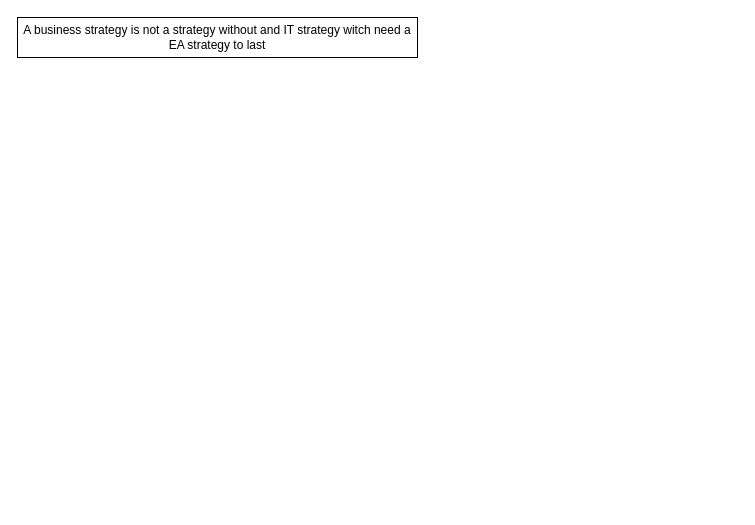
Zaladk/drawio keeps this draw.io diagram as EA training.drawio. Above is the earlier version. Source tidied: cells renumbered, new cells numbered last; positions are measured from the earlier drawing's top-left corner, leaving out a move shared by most shapes. Both pictures are drawn from the tidied source at 100%, with x=0, y=0 at pixel (17, 17).
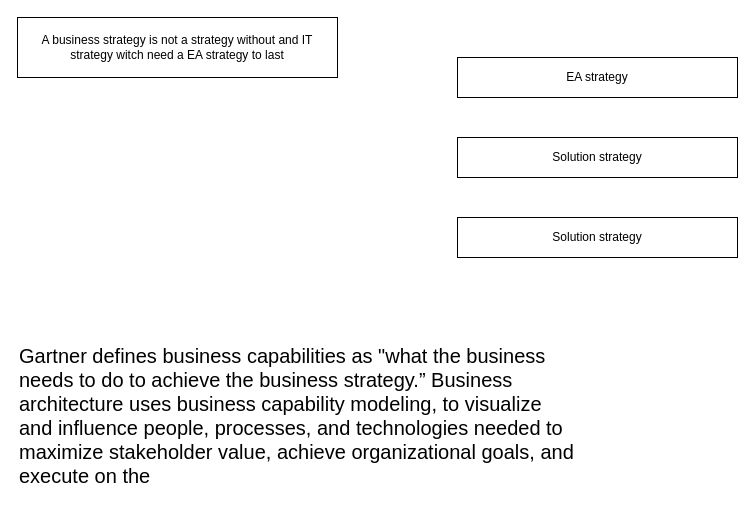
The same diagram, later.

The edit, as a diff of the source:
```diff
@@
 <mxGraphModel>
   <root>
     <mxCell id="0" />
     <mxCell id="1" parent="0" />
-    <mxCell id="2" value="A business strategy is not a strategy without and IT strategy witch need a EA strategy to last" style="rounded=0;whiteSpace=wrap;html=1;" parent="1" vertex="1">
-      <mxGeometry width="400" height="40" as="geometry" />
+    <mxCell id="2" value="A business strategy is not a strategy without and IT strategy witch need a EA strategy to last" style="rounded=0;whiteSpace=wrap;html=1;spacingTop=4;spacingLeft=4;spacingBottom=4;spacingRight=4;spacing=4;" parent="1" vertex="1">
+      <mxGeometry width="320" height="60" as="geometry" />
     </mxCell>
+    <mxCell id="3" value="EA strategy" style="rounded=0;whiteSpace=wrap;html=1;spacingTop=4;spacingLeft=4;spacingBottom=4;spacingRight=4;spacing=4;" parent="1" vertex="1">
+      <mxGeometry x="440" y="40" width="280" height="40" as="geometry" />
+    </mxCell>
+    <mxCell id="4" value="Solution strategy" style="rounded=0;whiteSpace=wrap;html=1;spacingTop=4;spacingLeft=4;spacingBottom=4;spacingRight=4;spacing=4;" parent="1" vertex="1">
+      <mxGeometry x="440" y="120" width="280" height="40" as="geometry" />
+    </mxCell>
+    <mxCell id="5" value="Solution strategy" style="rounded=0;whiteSpace=wrap;html=1;spacingTop=4;spacingLeft=4;spacingBottom=4;spacingRight=4;spacing=4;" parent="1" vertex="1">
+      <mxGeometry x="440" y="200" width="280" height="40" as="geometry" />
+    </mxCell>
+    <mxCell id="6" value="&lt;span style=&quot;font-family: &amp;quot;Google Sans&amp;quot;, Arial, sans-serif; font-size: 20px; font-style: normal; font-variant-ligatures: normal; font-variant-caps: normal; font-weight: 400; letter-spacing: normal; orphans: 2; text-align: left; text-indent: 0px; text-transform: none; widows: 2; word-spacing: 0px; -webkit-text-stroke-width: 0px; white-space: normal; text-decoration-thickness: initial; text-decoration-style: initial; text-decoration-color: initial; float: none; display: inline !important;&quot;&gt;Gartner defines business capabilities as &quot;what the business needs to do to achieve the business strategy.”&amp;nbsp;&lt;/span&gt;&lt;b style=&quot;font-weight: 500; font-family: &amp;quot;Google Sans&amp;quot;, Arial, sans-serif; font-size: 20px; font-style: normal; font-variant-ligatures: normal; font-variant-caps: normal; letter-spacing: normal; orphans: 2; text-align: left; text-indent: 0px; text-transform: none; widows: 2; word-spacing: 0px; -webkit-text-stroke-width: 0px; white-space: normal; text-decoration-thickness: initial; text-decoration-style: initial; text-decoration-color: initial;&quot;&gt;Business architecture uses business capability modeling&lt;/b&gt;&lt;span style=&quot;font-family: &amp;quot;Google Sans&amp;quot;, Arial, sans-serif; font-size: 20px; font-style: normal; font-variant-ligatures: normal; font-variant-caps: normal; font-weight: 400; letter-spacing: normal; orphans: 2; text-align: left; text-indent: 0px; text-transform: none; widows: 2; word-spacing: 0px; -webkit-text-stroke-width: 0px; white-space: normal; text-decoration-thickness: initial; text-decoration-style: initial; text-decoration-color: initial; float: none; display: inline !important;&quot;&gt;, to visualize and influence people, processes, and technologies needed to maximize stakeholder value, achieve organizational goals, and execute on the&amp;nbsp;&lt;/span&gt;" style="text;whiteSpace=wrap;html=1;" parent="1" vertex="1">
+      <mxGeometry y="320" width="560" height="170" as="geometry" />
+    </mxCell>
   </root>
 </mxGraphModel>
```
